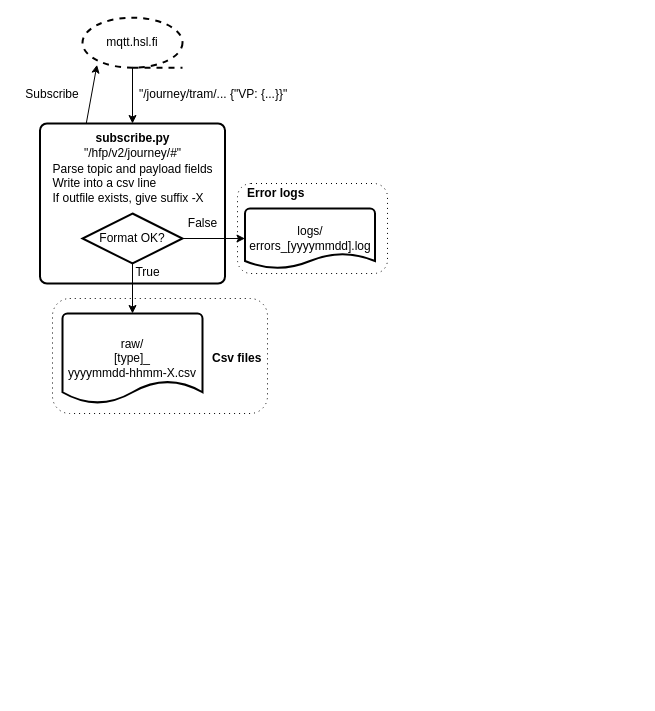
Before: page "architecture" (2 of 2) of docs/hfplogger.drawio in datarttu/hfplogger, a draw.io diagram. Source tidied: cells renumbered, new cells numbered last; positions are measured from the earlier drawing's top-left corner, leaving out a move shared by most shapes. Both pictures are drawn from the tidied source at 100%, with x=0, y=0 at pixel (17, 17).
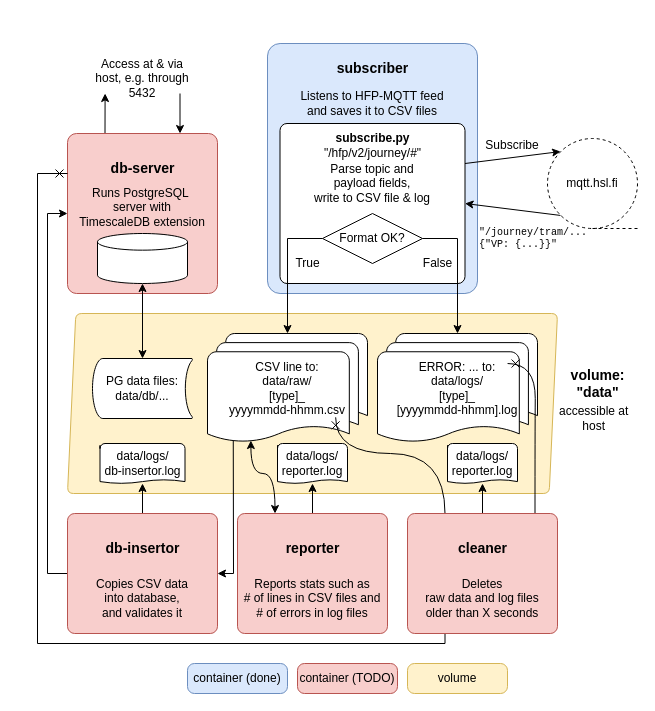
The same page after the edit.

Change to the diagram source:
```diff
@@
-    <mxCell id="2" style="rounded=1;whiteSpace=wrap;html=1;strokeColor=#000000;fillColor=none;align=right;dashed=1;dashPattern=1 4;strokeWidth=1;perimeterSpacing=0;" parent="1" vertex="1">
-      <mxGeometry x="35" y="281" width="215" height="115" as="geometry" />
-    </mxCell>
+    <mxCell id="22" style="edgeStyle=none;rounded=0;jettySize=auto;html=1;exitX=0.75;exitY=0;exitDx=0;exitDy=0;startArrow=classic;startFill=1;endArrow=none;endFill=0;" parent="1" edge="1" source="24">
+      <mxGeometry relative="1" as="geometry">
+        <mxPoint x="162.5" y="76" as="targetPoint" />
+      </mxGeometry>
+    </mxCell>
+    <mxCell id="23" style="edgeStyle=none;rounded=0;jettySize=auto;html=1;exitX=0.25;exitY=0;exitDx=0;exitDy=0;startArrow=none;startFill=0;endArrow=classic;endFill=1;" parent="1" edge="1" source="24">
+      <mxGeometry relative="1" as="geometry">
+        <mxPoint x="87.6" y="76" as="targetPoint" />
+      </mxGeometry>
+    </mxCell>
+    <mxCell id="24" style="rounded=1;whiteSpace=wrap;html=1;strokeColor=#b85450;fillColor=#f8cecc;align=right;strokeWidth=1;perimeterSpacing=0;arcSize=6;" parent="1" vertex="1">
+      <mxGeometry x="50" y="116" width="150" height="160" as="geometry" />
+    </mxCell>
+    <mxCell id="25" style="shape=parallelogram;html=1;strokeWidth=1;perimeter=parallelogramPerimeter;whiteSpace=wrap;rounded=1;arcSize=12;size=0.016931216931216932;align=center;fillColor=#fff2cc;strokeColor=#d6b656;" parent="1" vertex="1">
+      <mxGeometry x="50" y="296" width="490" height="180" as="geometry" />
+    </mxCell>
-    <mxCell id="3" style="rounded=1;whiteSpace=wrap;html=1;strokeColor=#000000;fillColor=none;align=right;dashed=1;dashPattern=1 4;strokeWidth=1;perimeterSpacing=0;" parent="1" vertex="1">
-      <mxGeometry x="220" y="166" width="150" height="90" as="geometry" />
+    <mxCell id="3" style="rounded=1;whiteSpace=wrap;html=1;strokeColor=#6c8ebf;fillColor=#dae8fc;align=right;strokeWidth=1;perimeterSpacing=0;arcSize=6;" parent="1" vertex="1">
+      <mxGeometry x="250" y="26" width="210" height="250" as="geometry" />
     </mxCell>
+    <mxCell id="26" style="rounded=0;jettySize=auto;html=1;exitX=1;exitY=0.25;exitDx=0;exitDy=0;entryX=0.145;entryY=0.145;entryDx=0;entryDy=0;entryPerimeter=0;" parent="1" edge="1" source="4" target="12">
+      <mxGeometry relative="1" as="geometry" />
+    </mxCell>
-    <mxCell id="4" style="rounded=1;whiteSpace=wrap;html=1;absoluteArcSize=1;arcSize=14;strokeWidth=2;" parent="1" vertex="1">
-      <mxGeometry x="22.5" y="106" width="185" height="160" as="geometry" />
+    <mxCell id="4" style="rounded=1;whiteSpace=wrap;html=1;absoluteArcSize=1;arcSize=14;strokeWidth=1;" parent="1" vertex="1">
+      <mxGeometry x="262.5" y="106" width="185" height="160" as="geometry" />
     </mxCell>
-    <mxCell id="5" style="endArrow=classic;html=1;exitX=0.25;exitY=0;exitDx=0;exitDy=0;entryX=0.145;entryY=0.855;entryDx=0;entryDy=0;entryPerimeter=0;" parent="1" edge="1" source="4">
-      <mxGeometry relative="1" as="geometry">
-        <mxPoint x="79.5" y="47.3" as="targetPoint" />
-      </mxGeometry>
-    </mxCell>
     <mxCell id="6" value="Subscribe" style="text;html=1;strokeColor=none;fillColor=none;align=center;verticalAlign=middle;whiteSpace=wrap;rounded=0;dashed=1;" parent="1" vertex="1">
-      <mxGeometry y="67" width="70" height="20" as="geometry" />
+      <mxGeometry x="460" y="117.9" width="70" height="20" as="geometry" />
     </mxCell>
-    <mxCell id="7" value="&lt;span style=&quot;white-space: nowrap ; background-color: rgb(255 , 255 , 255)&quot;&gt;&quot;/journey/tram/... {&quot;VP: {...}}&quot;&lt;/span&gt;" style="text;html=1;strokeColor=none;fillColor=none;align=left;verticalAlign=middle;whiteSpace=wrap;rounded=0;dashed=1;" parent="1" vertex="1">
-      <mxGeometry x="120" y="67" width="160" height="20" as="geometry" />
+    <mxCell id="7" value="&lt;pre style=&quot;font-size: 10px&quot;&gt;&lt;font style=&quot;font-size: 10px&quot;&gt;&lt;span style=&quot;white-space: nowrap ; background-color: rgb(255 , 255 , 255)&quot;&gt;&quot;/journey/tram/...&lt;br&gt; &lt;/span&gt;&lt;span style=&quot;white-space: nowrap ; background-color: rgb(255 , 255 , 255)&quot;&gt;{&quot;VP: {...}}&quot;&lt;/span&gt;&lt;/font&gt;&lt;/pre&gt;" style="text;html=1;strokeColor=none;fillColor=none;align=left;verticalAlign=middle;whiteSpace=wrap;rounded=0;dashed=1;" parent="1" vertex="1">
+      <mxGeometry x="460" y="211" width="115" height="20" as="geometry" />
     </mxCell>
-    <mxCell id="8" style="edgeStyle=orthogonalEdgeStyle;rounded=0;jettySize=auto;html=1;exitX=1;exitY=0.5;exitDx=0;exitDy=0;exitPerimeter=0;entryX=0;entryY=0.5;entryDx=0;entryDy=0;entryPerimeter=0;" parent="1" edge="1" source="10" target="20">
+    <mxCell id="8" style="edgeStyle=orthogonalEdgeStyle;rounded=0;jettySize=auto;html=1;exitX=1;exitY=0.5;exitDx=0;exitDy=0;exitPerimeter=0;entryX=0.5;entryY=0;entryDx=0;entryDy=0;entryPerimeter=0;" parent="1" edge="1" source="10" target="31">
       <mxGeometry relative="1" as="geometry" />
     </mxCell>
-    <mxCell id="9" style="edgeStyle=orthogonalEdgeStyle;rounded=0;jettySize=auto;html=1;exitX=0.5;exitY=1;exitDx=0;exitDy=0;exitPerimeter=0;entryX=0.5;entryY=0;entryDx=0;entryDy=0;entryPerimeter=0;" parent="1" edge="1" source="10" target="15">
-      <mxGeometry relative="1" as="geometry" />
-    </mxCell>
+    <mxCell id="27" style="edgeStyle=orthogonalEdgeStyle;rounded=0;jettySize=auto;html=1;exitX=0;exitY=0.5;exitDx=0;exitDy=0;exitPerimeter=0;entryX=0.5;entryY=0;entryDx=0;entryDy=0;entryPerimeter=0;" parent="1" edge="1" source="10" target="30">
+      <mxGeometry relative="1" as="geometry" />
+    </mxCell>
-    <mxCell id="10" value="Format OK?" style="strokeWidth=2;html=1;shape=mxgraph.flowchart.decision;whiteSpace=wrap;align=center;" parent="1" vertex="1">
-      <mxGeometry x="65" y="196" width="100" height="50" as="geometry" />
+    <mxCell id="10" value="Format OK?" style="strokeWidth=1;html=1;shape=mxgraph.flowchart.decision;whiteSpace=wrap;align=center;" parent="1" vertex="1">
+      <mxGeometry x="305" y="196" width="100" height="50" as="geometry" />
     </mxCell>
-    <mxCell id="11" style="edgeStyle=orthogonalEdgeStyle;rounded=0;jettySize=auto;html=1;exitX=0.5;exitY=1;exitDx=0;exitDy=0;exitPerimeter=0;entryX=0.5;entryY=0;entryDx=0;entryDy=0;" parent="1" edge="1" source="12" target="4">
+    <mxCell id="11" style="edgeStyle=none;rounded=0;jettySize=auto;html=1;exitX=0.145;exitY=0.855;exitDx=0;exitDy=0;exitPerimeter=0;entryX=1;entryY=0.5;entryDx=0;entryDy=0;" parent="1" edge="1" source="12" target="4">
       <mxGeometry relative="1" as="geometry" />
     </mxCell>
-    <mxCell id="12" value="mqtt.hsl.fi" style="strokeWidth=2;html=1;shape=mxgraph.flowchart.sequential_data;whiteSpace=wrap;align=center;dashed=1;" parent="1" vertex="1">
-      <mxGeometry x="65" y="0.2" width="100" height="50" as="geometry" />
+    <mxCell id="12" value="mqtt.hsl.fi" style="strokeWidth=1;html=1;shape=mxgraph.flowchart.sequential_data;whiteSpace=wrap;align=center;dashed=1;" parent="1" vertex="1">
+      <mxGeometry x="530" y="121" width="90" height="90" as="geometry" />
     </mxCell>
     <mxCell id="13" style="edgeStyle=orthogonalEdgeStyle;rounded=0;jettySize=auto;html=1;exitX=1;exitY=0.5;exitDx=0;exitDy=0;exitPerimeter=0;entryX=0;entryY=0.5;entryDx=0;entryDy=0;entryPerimeter=0;" parent="1" edge="1" source="10">
       <mxGeometry relative="1" as="geometry">
-        <mxPoint x="165" y="221" as="targetPoint" />
+        <mxPoint x="405" y="221" as="targetPoint" />
       </mxGeometry>
     </mxCell>
     <mxCell id="14" value="False" style="text;html=1;align=center;verticalAlign=middle;" parent="1" vertex="1">
-      <mxGeometry x="165" y="196" width="40" height="20" as="geometry" />
+      <mxGeometry x="400" y="236" width="40" height="20" as="geometry" />
     </mxCell>
-    <mxCell id="15" value="raw/&lt;br&gt;[type]_&lt;br&gt;yyyymmdd-hhmm-X.csv" style="strokeWidth=2;html=1;shape=mxgraph.flowchart.document2;whiteSpace=wrap;size=0.25;align=center;" parent="1" vertex="1">
-      <mxGeometry x="45" y="296" width="140" height="90" as="geometry" />
-    </mxCell>
     <mxCell id="16" value="&lt;b style=&quot;white-space: normal&quot;&gt;subscribe.py&lt;/b&gt;&lt;br style=&quot;white-space: normal&quot;&gt;&lt;span style=&quot;white-space: normal&quot;&gt;&quot;/hfp/v2/journey/#&quot;&lt;/span&gt;" style="text;html=1;align=center;verticalAlign=middle;" parent="1" vertex="1">
-      <mxGeometry x="60" y="112.9" width="110" height="30" as="geometry" />
+      <mxGeometry x="300" y="112.9" width="110" height="30" as="geometry" />
     </mxCell>
-    <mxCell id="17" value="Parse topic and payload fields&lt;br&gt;&lt;div style=&quot;text-align: left&quot;&gt;Write into a csv line&lt;/div&gt;&lt;div style=&quot;text-align: left&quot;&gt;If outfile exists, give suffix -X&lt;/div&gt;" style="text;html=1;align=center;verticalAlign=middle;" parent="1" vertex="1">
-      <mxGeometry x="25" y="141" width="180" height="50" as="geometry" />
-    </mxCell>
     <mxCell id="18" value="True" style="text;html=1;align=center;verticalAlign=middle;" parent="1" vertex="1">
-      <mxGeometry x="110" y="245" width="40" height="20" as="geometry" />
+      <mxGeometry x="270" y="236" width="40" height="20" as="geometry" />
     </mxCell>
-    <mxCell id="19" value="Error logs" style="text;html=1;align=left;verticalAlign=middle;fontStyle=1;" parent="1" vertex="1">
-      <mxGeometry x="227.5" y="166" width="70" height="20" as="geometry" />
-    </mxCell>
-    <mxCell id="20" value="logs/&lt;br&gt;errors_[yyyymmdd].log" style="strokeWidth=2;html=1;shape=mxgraph.flowchart.document2;whiteSpace=wrap;size=0.25;align=center;" parent="1" vertex="1">
-      <mxGeometry x="227.5" y="191" width="130" height="60" as="geometry" />
-    </mxCell>
-    <mxCell id="21" value="Csv files" style="text;html=1;align=left;verticalAlign=middle;fontStyle=1;" parent="1" vertex="1">
-      <mxGeometry x="192.5" y="331" width="60" height="20" as="geometry" />
-    </mxCell>
+    <mxCell id="28" style="edgeStyle=elbowEdgeStyle;rounded=0;jettySize=auto;html=1;exitX=0.161;exitY=0.92;exitDx=0;exitDy=0;exitPerimeter=0;entryX=1;entryY=0.5;entryDx=0;entryDy=0;startArrow=none;startFill=0;endArrow=classic;endFill=1;" parent="1" edge="1" source="30" target="49">
+      <mxGeometry relative="1" as="geometry">
+        <Array as="points">
+          <mxPoint x="216" y="456" />
+        </Array>
+      </mxGeometry>
+    </mxCell>
+    <mxCell id="29" style="edgeStyle=orthogonalEdgeStyle;curved=1;rounded=0;jettySize=auto;html=1;exitX=0.271;exitY=0.973;exitDx=0;exitDy=0;exitPerimeter=0;entryX=0.25;entryY=0;entryDx=0;entryDy=0;startArrow=classic;startFill=1;endArrow=classic;endFill=1;" parent="1" edge="1" source="30" target="53">
+      <mxGeometry relative="1" as="geometry">
+        <Array as="points">
+          <mxPoint x="233" y="456" />
+          <mxPoint x="258" y="456" />
+        </Array>
+      </mxGeometry>
+    </mxCell>
+    <mxCell id="30" value="&lt;span style=&quot;white-space: normal&quot;&gt;CSV line to:&lt;/span&gt;&lt;br style=&quot;white-space: normal&quot;&gt;&lt;span style=&quot;white-space: normal&quot;&gt;data/raw/&lt;/span&gt;&lt;br style=&quot;white-space: normal&quot;&gt;&lt;span style=&quot;white-space: normal&quot;&gt;[type]_&lt;/span&gt;&lt;br style=&quot;white-space: normal&quot;&gt;&lt;span style=&quot;white-space: normal&quot;&gt;yyyymmdd-hhmm.csv&lt;/span&gt;" style="strokeWidth=1;html=1;shape=mxgraph.flowchart.multi-document;whiteSpace=wrap;" parent="1" vertex="1">
+      <mxGeometry x="190" y="316" width="160" height="110" as="geometry" />
+    </mxCell>
+    <mxCell id="31" value="ERROR: ... to:&lt;br&gt;data/logs/&lt;br&gt;[type]_&lt;br&gt;[yyyymmdd-hhmm].log" style="strokeWidth=1;html=1;shape=mxgraph.flowchart.multi-document;whiteSpace=wrap;" parent="1" vertex="1">
+      <mxGeometry x="360" y="316" width="160" height="110" as="geometry" />
+    </mxCell>
+    <mxCell id="32" value="&lt;h3&gt;&lt;font style=&quot;font-size: 14px ; line-height: 70%&quot;&gt;subscriber&lt;/font&gt;&lt;/h3&gt;" style="text;html=1;align=center;verticalAlign=middle;" parent="1" vertex="1">
+      <mxGeometry x="310" y="26" width="90" height="50" as="geometry" />
+    </mxCell>
+    <mxCell id="33" style="edgeStyle=orthogonalEdgeStyle;rounded=0;jettySize=auto;html=1;exitX=0.25;exitY=0;exitDx=0;exitDy=0;entryX=0.801;entryY=0.762;entryDx=0;entryDy=0;entryPerimeter=0;startArrow=none;startFill=0;endArrow=cross;endFill=0;curved=1;" parent="1" edge="1" source="37" target="30">
+      <mxGeometry relative="1" as="geometry">
+        <Array as="points">
+          <mxPoint x="428" y="436" />
+          <mxPoint x="318" y="436" />
+        </Array>
+      </mxGeometry>
+    </mxCell>
+    <mxCell id="34" style="edgeStyle=orthogonalEdgeStyle;rounded=0;jettySize=auto;html=1;exitX=0.85;exitY=0;exitDx=0;exitDy=0;entryX=0.813;entryY=0.273;entryDx=0;entryDy=0;entryPerimeter=0;startArrow=none;startFill=0;endArrow=cross;endFill=0;exitPerimeter=0;curved=1;" parent="1" edge="1" source="37" target="31">
+      <mxGeometry relative="1" as="geometry">
+        <Array as="points">
+          <mxPoint x="518" y="416" />
+          <mxPoint x="518" y="346" />
+        </Array>
+      </mxGeometry>
+    </mxCell>
+    <mxCell id="35" style="rounded=0;jettySize=auto;html=1;exitX=0.5;exitY=0;exitDx=0;exitDy=0;startArrow=none;startFill=0;endArrow=classic;endFill=1;" parent="1" edge="1" source="37" target="58">
+      <mxGeometry relative="1" as="geometry" />
+    </mxCell>
+    <mxCell id="36" style="edgeStyle=orthogonalEdgeStyle;rounded=0;jettySize=auto;html=1;exitX=0.25;exitY=1;exitDx=0;exitDy=0;startArrow=none;startFill=0;endArrow=cross;endFill=0;" parent="1" edge="1" source="37" target="24">
+      <mxGeometry relative="1" as="geometry">
+        <Array as="points">
+          <mxPoint x="428" y="626" />
+          <mxPoint x="20" y="626" />
+          <mxPoint x="20" y="156" />
+        </Array>
+      </mxGeometry>
+    </mxCell>
+    <mxCell id="37" style="rounded=1;whiteSpace=wrap;html=1;strokeColor=#b85450;fillColor=#f8cecc;align=right;strokeWidth=1;perimeterSpacing=0;arcSize=6;" parent="1" vertex="1">
+      <mxGeometry x="390" y="496" width="150" height="120" as="geometry" />
+    </mxCell>
+    <mxCell id="38" value="&lt;h3&gt;&lt;font style=&quot;font-size: 14px ; line-height: 70%&quot;&gt;cleaner&lt;/font&gt;&lt;/h3&gt;" style="text;html=1;align=center;verticalAlign=middle;" parent="1" vertex="1">
+      <mxGeometry x="435" y="506" width="60" height="50" as="geometry" />
+    </mxCell>
+    <mxCell id="39" value="&lt;h3&gt;volume:&lt;br&gt;&quot;data&quot;&lt;/h3&gt;" style="text;html=1;align=center;verticalAlign=middle;rotation=0;" parent="1" vertex="1">
+      <mxGeometry x="545" y="336" width="70" height="60" as="geometry" />
+    </mxCell>
+    <mxCell id="40" value="&lt;h3&gt;&lt;font style=&quot;font-size: 14px ; line-height: 70%&quot;&gt;db-server&lt;/font&gt;&lt;/h3&gt;" style="text;html=1;align=center;verticalAlign=middle;" parent="1" vertex="1">
+      <mxGeometry x="85" y="126" width="80" height="50" as="geometry" />
+    </mxCell>
+    <mxCell id="41" value="&lt;span style=&quot;white-space: nowrap&quot;&gt;Runs PostgreSQL&amp;nbsp;&lt;br&gt;&lt;/span&gt;&lt;span style=&quot;white-space: nowrap&quot;&gt;server with&lt;br&gt;TimescaleDB&amp;nbsp;&lt;/span&gt;&lt;span style=&quot;white-space: nowrap&quot;&gt;extension&lt;/span&gt;" style="text;html=1;strokeColor=none;fillColor=none;align=center;verticalAlign=middle;whiteSpace=wrap;rounded=0;" parent="1" vertex="1">
+      <mxGeometry x="60" y="164.9" width="130" height="50" as="geometry" />
+    </mxCell>
+    <mxCell id="42" value="&lt;span style=&quot;white-space: nowrap&quot;&gt;Listens to HFP-MQTT feed&lt;/span&gt;&lt;br style=&quot;white-space: nowrap&quot;&gt;&lt;span style=&quot;white-space: nowrap&quot;&gt;and saves it to CSV files&lt;/span&gt;" style="text;html=1;strokeColor=none;fillColor=none;align=center;verticalAlign=middle;whiteSpace=wrap;rounded=0;" parent="1" vertex="1">
+      <mxGeometry x="270" y="71" width="170" height="30" as="geometry" />
+    </mxCell>
+    <mxCell id="43" style="edgeStyle=elbowEdgeStyle;rounded=0;jettySize=auto;html=1;exitX=0.5;exitY=1;exitDx=0;exitDy=0;exitPerimeter=0;entryX=0.5;entryY=0;entryDx=0;entryDy=0;entryPerimeter=0;startArrow=classic;startFill=1;endArrow=classic;endFill=1;" parent="1" edge="1" source="44" target="56">
+      <mxGeometry relative="1" as="geometry" />
+    </mxCell>
+    <mxCell id="44" style="strokeWidth=1;html=1;shape=mxgraph.flowchart.database;whiteSpace=wrap;fillColor=#ffffff;align=center;" parent="1" vertex="1">
+      <mxGeometry x="80" y="216" width="90" height="50" as="geometry" />
+    </mxCell>
+    <mxCell id="45" value="&lt;span style=&quot;white-space: nowrap;&quot;&gt;Parse topic and &lt;br&gt;payload fields,&lt;br&gt;write to CSV file &amp;amp; log&lt;br&gt;&lt;/span&gt;" style="text;html=1;strokeColor=none;fillColor=none;align=center;verticalAlign=middle;whiteSpace=wrap;rounded=0;" parent="1" vertex="1">
+      <mxGeometry x="290" y="131" width="130" height="70" as="geometry" />
+    </mxCell>
+    <mxCell id="46" value="Deletes&lt;br&gt;raw data and log files&lt;br&gt;older than X seconds" style="text;html=1;strokeColor=none;fillColor=none;align=center;verticalAlign=middle;whiteSpace=wrap;rounded=0;" parent="1" vertex="1">
+      <mxGeometry x="400" y="556" width="130" height="50" as="geometry" />
+    </mxCell>
+    <mxCell id="47" style="edgeStyle=orthogonalEdgeStyle;rounded=0;jettySize=auto;html=1;exitX=0;exitY=0.5;exitDx=0;exitDy=0;entryX=0;entryY=0.5;entryDx=0;entryDy=0;startArrow=none;startFill=0;endArrow=classic;endFill=1;" parent="1" edge="1" source="49" target="24">
+      <mxGeometry relative="1" as="geometry" />
+    </mxCell>
+    <mxCell id="48" style="edgeStyle=none;rounded=0;jettySize=auto;html=1;exitX=0.5;exitY=0;exitDx=0;exitDy=0;startArrow=none;startFill=0;endArrow=classic;endFill=1;" parent="1" edge="1" source="49" target="61">
+      <mxGeometry relative="1" as="geometry" />
+    </mxCell>
+    <mxCell id="49" style="rounded=1;whiteSpace=wrap;html=1;strokeColor=#b85450;fillColor=#f8cecc;align=right;strokeWidth=1;perimeterSpacing=0;arcSize=6;" parent="1" vertex="1">
+      <mxGeometry x="50" y="496" width="150" height="120" as="geometry" />
+    </mxCell>
+    <mxCell id="50" value="&lt;h3&gt;&lt;font style=&quot;font-size: 14px ; line-height: 70%&quot;&gt;db-insertor&lt;/font&gt;&lt;/h3&gt;" style="text;html=1;align=center;verticalAlign=middle;" parent="1" vertex="1">
+      <mxGeometry x="80" y="506" width="90" height="50" as="geometry" />
+    </mxCell>
+    <mxCell id="51" value="Copies CSV data&lt;br&gt;into database,&lt;br&gt;and validates it" style="text;html=1;strokeColor=none;fillColor=none;align=center;verticalAlign=middle;whiteSpace=wrap;rounded=0;" parent="1" vertex="1">
+      <mxGeometry x="60" y="556" width="130" height="50" as="geometry" />
+    </mxCell>
+    <mxCell id="52" style="rounded=0;jettySize=auto;html=1;exitX=0.5;exitY=0;exitDx=0;exitDy=0;startArrow=none;startFill=0;endArrow=classic;endFill=1;" parent="1" edge="1" source="53" target="57">
+      <mxGeometry relative="1" as="geometry" />
+    </mxCell>
+    <mxCell id="53" style="rounded=1;whiteSpace=wrap;html=1;strokeColor=#b85450;fillColor=#f8cecc;align=right;strokeWidth=1;perimeterSpacing=0;arcSize=6;" parent="1" vertex="1">
+      <mxGeometry x="220" y="496" width="150" height="120" as="geometry" />
+    </mxCell>
+    <mxCell id="54" value="&lt;h3&gt;&lt;font style=&quot;font-size: 14px ; line-height: 70%&quot;&gt;reporter&lt;/font&gt;&lt;/h3&gt;" style="text;html=1;align=center;verticalAlign=middle;" parent="1" vertex="1">
+      <mxGeometry x="260" y="506" width="70" height="50" as="geometry" />
+    </mxCell>
+    <mxCell id="55" value="Reports stats such as&lt;br&gt;# of lines in CSV files and&lt;br&gt;# of errors in log files" style="text;html=1;strokeColor=none;fillColor=none;align=center;verticalAlign=middle;whiteSpace=wrap;rounded=0;" parent="1" vertex="1">
+      <mxGeometry x="225" y="556" width="140" height="50" as="geometry" />
+    </mxCell>
+    <mxCell id="56" value="PG data files:&lt;br&gt;data/db/..." style="strokeWidth=1;html=1;shape=mxgraph.flowchart.stored_data;whiteSpace=wrap;fillColor=#ffffff;align=center;" parent="1" vertex="1">
+      <mxGeometry x="75" y="341" width="100" height="60" as="geometry" />
+    </mxCell>
+    <mxCell id="57" value="data/logs/&lt;br&gt;reporter.log" style="strokeWidth=1;html=1;shape=mxgraph.flowchart.document2;whiteSpace=wrap;size=0.09583333333333428;fillColor=#ffffff;align=center;" parent="1" vertex="1">
+      <mxGeometry x="260" y="426" width="70" height="40" as="geometry" />
+    </mxCell>
+    <mxCell id="58" value="data/logs/&lt;br&gt;reporter.log" style="strokeWidth=1;html=1;shape=mxgraph.flowchart.document2;whiteSpace=wrap;size=0.09583333333333428;fillColor=#ffffff;align=center;" parent="1" vertex="1">
+      <mxGeometry x="430" y="426" width="70" height="40" as="geometry" />
+    </mxCell>
+    <mxCell id="59" value="&lt;span style=&quot;white-space: nowrap&quot;&gt;Access at &amp;amp; via&lt;br&gt;&lt;/span&gt;host, e.g. through&lt;br&gt;5432" style="text;html=1;strokeColor=none;fillColor=none;align=center;verticalAlign=middle;whiteSpace=wrap;rounded=0;" parent="1" vertex="1">
+      <mxGeometry x="60" y="36" width="130" height="50" as="geometry" />
+    </mxCell>
+    <mxCell id="60" value="&lt;div style=&quot;text-align: center&quot;&gt;&lt;span&gt;accessible at&lt;/span&gt;&lt;/div&gt;&lt;div style=&quot;text-align: center&quot;&gt;&lt;span&gt;host&lt;/span&gt;&lt;/div&gt;" style="text;html=1;strokeColor=none;fillColor=none;align=left;verticalAlign=middle;whiteSpace=wrap;rounded=0;" parent="1" vertex="1">
+      <mxGeometry x="540" y="376" width="80" height="50" as="geometry" />
+    </mxCell>
+    <mxCell id="61" value="data/logs/&lt;br&gt;db-insertor.log" style="strokeWidth=1;html=1;shape=mxgraph.flowchart.document2;whiteSpace=wrap;size=0.09583333333333428;fillColor=#ffffff;align=center;" parent="1" vertex="1">
+      <mxGeometry x="82.5" y="426" width="85" height="40" as="geometry" />
+    </mxCell>
+    <mxCell id="62" value="container (done)" style="rounded=1;whiteSpace=wrap;html=1;strokeColor=#6c8ebf;fillColor=#dae8fc;align=center;strokeWidth=1;perimeterSpacing=0;arcSize=23;" parent="1" vertex="1">
+      <mxGeometry x="170" y="646" width="100" height="30" as="geometry" />
+    </mxCell>
+    <mxCell id="63" value="container (TODO)" style="rounded=1;whiteSpace=wrap;html=1;strokeColor=#b85450;fillColor=#f8cecc;align=center;strokeWidth=1;perimeterSpacing=0;arcSize=23;" parent="1" vertex="1">
+      <mxGeometry x="280" y="646" width="100" height="30" as="geometry" />
+    </mxCell>
+    <mxCell id="64" value="volume" style="rounded=1;whiteSpace=wrap;html=1;strokeColor=#d6b656;fillColor=#fff2cc;align=center;strokeWidth=1;perimeterSpacing=0;arcSize=23;" parent="1" vertex="1">
+      <mxGeometry x="390" y="646" width="100" height="30" as="geometry" />
+    </mxCell>
```
